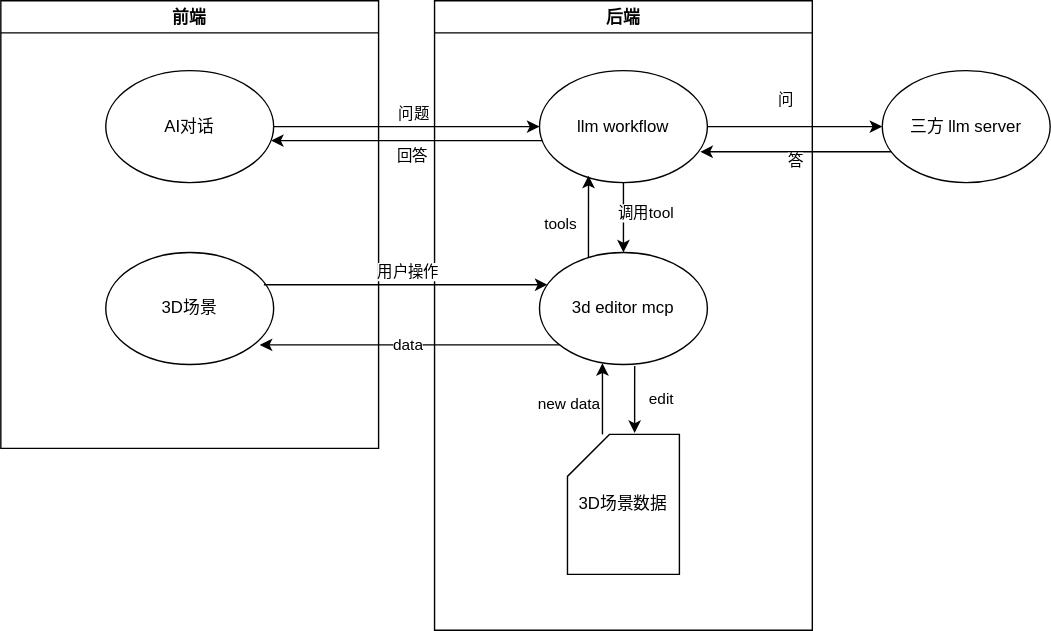
huangqiaobo/huangqiaobo.github.io keeps this draw.io diagram as blogs/assets/ai_design_editor.svg. Above is the earlier version. Source tidied: cells renumbered, new cells last; positions are measured from the earlier drawing's top-left corner, leaving out a move shared by most shapes. The source it was exported from:
```xml
<mxGraphModel>
  <root>
    <mxCell id="0" />
    <mxCell id="1" parent="0" />
    <mxCell id="2" value="前端" style="swimlane;startSize=23;" parent="1" vertex="1">
      <mxGeometry width="270" height="320" as="geometry" />
    </mxCell>
    <mxCell id="3" value="3D场景" style="ellipse;whiteSpace=wrap;html=1;" parent="2" vertex="1">
      <mxGeometry x="75" y="180" width="120" height="80" as="geometry" />
    </mxCell>
    <mxCell id="4" value="AI对话" style="ellipse;whiteSpace=wrap;html=1;" parent="2" vertex="1">
      <mxGeometry x="75" y="50" width="120" height="80" as="geometry" />
    </mxCell>
    <mxCell id="5" value="后端" style="swimlane;startSize=23;" parent="1" vertex="1">
      <mxGeometry x="310" width="270" height="450" as="geometry" />
    </mxCell>
    <mxCell id="6" style="edgeStyle=orthogonalEdgeStyle;rounded=0;jettySize=auto;html=1;entryX=0.5;entryY=0;entryDx=0;entryDy=0;" parent="5" edge="1" source="8" target="9">
      <mxGeometry relative="1" as="geometry" />
    </mxCell>
    <mxCell id="7" value="调用tool" style="edgeLabel;html=1;align=center;verticalAlign=middle;" parent="6" vertex="1">
      <mxGeometry x="-0.16" y="3" relative="1" as="geometry">
        <mxPoint x="12" as="offset" />
      </mxGeometry>
    </mxCell>
    <mxCell id="8" value="llm workflow" style="ellipse;whiteSpace=wrap;html=1;" parent="5" vertex="1">
      <mxGeometry x="75" y="50" width="120" height="80" as="geometry" />
    </mxCell>
    <mxCell id="9" value="3d editor mcp" style="ellipse;whiteSpace=wrap;html=1;" parent="5" vertex="1">
      <mxGeometry x="75" y="180" width="120" height="80" as="geometry" />
    </mxCell>
    <mxCell id="10" value="3D场景数据" style="shape=card;whiteSpace=wrap;html=1;" parent="5" vertex="1">
      <mxGeometry x="95" y="310" width="80" height="100" as="geometry" />
    </mxCell>
    <mxCell id="11" value="edit" style="edgeStyle=orthogonalEdgeStyle;rounded=0;jettySize=auto;html=1;exitX=0.567;exitY=1.013;exitDx=0;exitDy=0;exitPerimeter=0;" parent="5" edge="1" source="9">
      <mxGeometry x="0.03" y="-18" relative="1" as="geometry">
        <mxPoint x="143" y="309" as="targetPoint" />
        <mxPoint x="37" as="offset" />
      </mxGeometry>
    </mxCell>
    <mxCell id="12" style="edgeStyle=orthogonalEdgeStyle;rounded=0;jettySize=auto;html=1;entryX=0.375;entryY=0.988;entryDx=0;entryDy=0;entryPerimeter=0;" parent="5" edge="1" source="10" target="9">
      <mxGeometry relative="1" as="geometry">
        <Array as="points">
          <mxPoint x="120" y="300" />
          <mxPoint x="120" y="300" />
        </Array>
      </mxGeometry>
    </mxCell>
    <mxCell id="13" value="new data" style="edgeLabel;html=1;align=center;verticalAlign=middle;" parent="12" vertex="1">
      <mxGeometry x="-0.1" y="1" relative="1" as="geometry">
        <mxPoint x="-24" as="offset" />
      </mxGeometry>
    </mxCell>
    <mxCell id="14" value="tools" style="edgeStyle=orthogonalEdgeStyle;rounded=0;jettySize=auto;html=1;entryX=0.292;entryY=0.938;entryDx=0;entryDy=0;entryPerimeter=0;" parent="5" edge="1" source="9" target="8">
      <mxGeometry x="-0.19" y="20" relative="1" as="geometry">
        <Array as="points">
          <mxPoint x="110" y="170" />
          <mxPoint x="110" y="170" />
        </Array>
      </mxGeometry>
    </mxCell>
    <mxCell id="15" value="三方 llm server" style="ellipse;whiteSpace=wrap;html=1;" parent="1" vertex="1">
      <mxGeometry x="630" y="50" width="120" height="80" as="geometry" />
    </mxCell>
    <mxCell id="16" style="edgeStyle=orthogonalEdgeStyle;rounded=0;jettySize=auto;html=1;" parent="1" edge="1" source="4" target="8">
      <mxGeometry relative="1" as="geometry">
        <Array as="points">
          <mxPoint x="190" y="90" />
          <mxPoint x="190" y="90" />
        </Array>
      </mxGeometry>
    </mxCell>
    <mxCell id="17" value="问题" style="edgeLabel;html=1;align=center;verticalAlign=middle;" parent="16" vertex="1">
      <mxGeometry x="0.45" y="2" relative="1" as="geometry">
        <mxPoint x="-39" y="-8" as="offset" />
      </mxGeometry>
    </mxCell>
    <mxCell id="18" style="edgeStyle=orthogonalEdgeStyle;rounded=0;jettySize=auto;html=1;" parent="1" edge="1" source="8" target="4">
      <mxGeometry relative="1" as="geometry">
        <Array as="points">
          <mxPoint x="200" y="100" />
          <mxPoint x="200" y="100" />
        </Array>
      </mxGeometry>
    </mxCell>
    <mxCell id="19" value="回答" style="edgeLabel;html=1;align=center;verticalAlign=middle;" parent="18" vertex="1">
      <mxGeometry x="0.03" relative="1" as="geometry">
        <mxPoint x="7" y="10" as="offset" />
      </mxGeometry>
    </mxCell>
    <mxCell id="20" style="edgeStyle=orthogonalEdgeStyle;rounded=0;jettySize=auto;html=1;exitX=0.942;exitY=0.288;exitDx=0;exitDy=0;exitPerimeter=0;" parent="1" edge="1" source="3" target="9">
      <mxGeometry relative="1" as="geometry">
        <Array as="points">
          <mxPoint x="340" y="203" />
          <mxPoint x="340" y="203" />
        </Array>
      </mxGeometry>
    </mxCell>
    <mxCell id="21" value="用户操作" style="edgeLabel;html=1;align=center;verticalAlign=middle;" parent="20" vertex="1">
      <mxGeometry x="-0.13" y="3" relative="1" as="geometry">
        <mxPoint x="13" y="-7" as="offset" />
      </mxGeometry>
    </mxCell>
    <mxCell id="22" style="edgeStyle=orthogonalEdgeStyle;rounded=0;jettySize=auto;html=1;entryX=0.917;entryY=0.825;entryDx=0;entryDy=0;entryPerimeter=0;" parent="1" edge="1" source="9" target="3">
      <mxGeometry relative="1" as="geometry">
        <Array as="points">
          <mxPoint x="290" y="246" />
          <mxPoint x="290" y="246" />
        </Array>
      </mxGeometry>
    </mxCell>
    <mxCell id="23" value="data" style="edgeLabel;html=1;align=center;verticalAlign=middle;" parent="22" vertex="1">
      <mxGeometry x="0.02" y="-1" relative="1" as="geometry" />
    </mxCell>
    <mxCell id="24" style="edgeStyle=orthogonalEdgeStyle;rounded=0;jettySize=auto;html=1;entryX=0;entryY=0.5;entryDx=0;entryDy=0;" parent="1" edge="1" source="8" target="15">
      <mxGeometry relative="1" as="geometry" />
    </mxCell>
    <mxCell id="25" value="问" style="edgeLabel;html=1;align=center;verticalAlign=middle;" parent="24" vertex="1">
      <mxGeometry x="-0.2" y="2" relative="1" as="geometry">
        <mxPoint x="5" y="-18" as="offset" />
      </mxGeometry>
    </mxCell>
    <mxCell id="26" style="edgeStyle=orthogonalEdgeStyle;rounded=0;jettySize=auto;html=1;entryX=0.958;entryY=0.725;entryDx=0;entryDy=0;entryPerimeter=0;" parent="1" edge="1" source="15" target="8">
      <mxGeometry relative="1" as="geometry">
        <Array as="points">
          <mxPoint x="600" y="108" />
          <mxPoint x="600" y="108" />
        </Array>
      </mxGeometry>
    </mxCell>
    <mxCell id="27" value="答" style="edgeLabel;html=1;align=center;verticalAlign=middle;" parent="26" vertex="1">
      <mxGeometry x="0.02" y="6" relative="1" as="geometry" />
    </mxCell>
  </root>
</mxGraphModel>
```
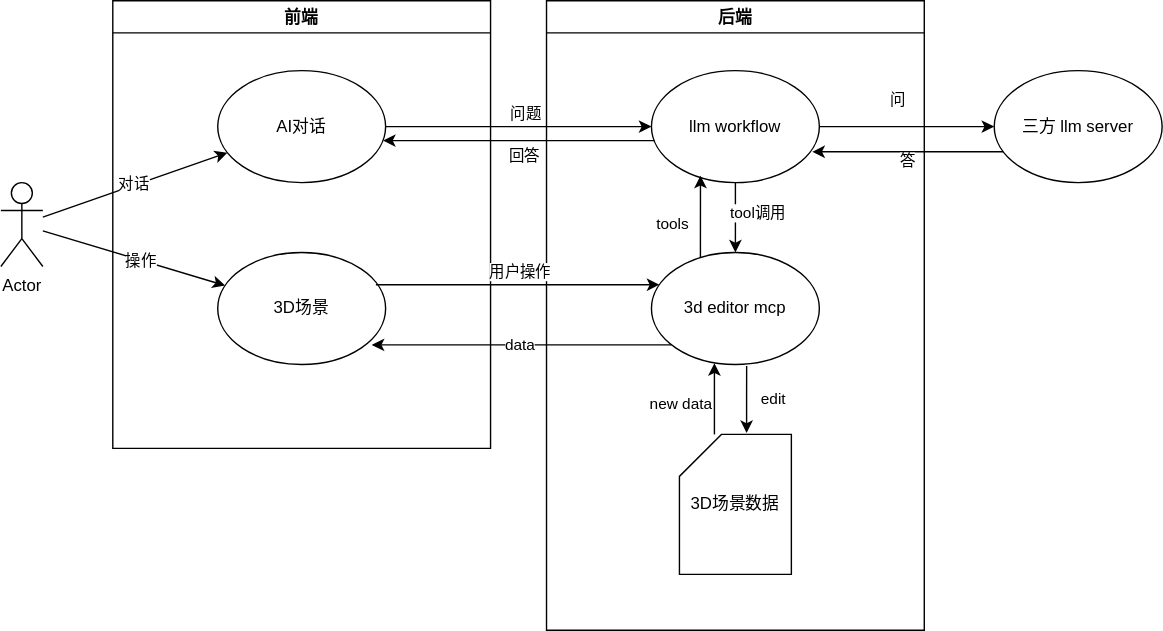
The same file after the commit.

What changed in the source:
```diff
@@ -17,7 +17,7 @@
     <mxCell id="6" style="edgeStyle=orthogonalEdgeStyle;rounded=0;jettySize=auto;html=1;entryX=0.5;entryY=0;entryDx=0;entryDy=0;" parent="5" edge="1" source="8" target="9">
       <mxGeometry relative="1" as="geometry" />
     </mxCell>
-    <mxCell id="7" value="调用tool" style="edgeLabel;html=1;align=center;verticalAlign=middle;" parent="6" vertex="1">
+    <mxCell id="7" value="tool调用" style="edgeLabel;html=1;align=center;verticalAlign=middle;" parent="6" vertex="1">
       <mxGeometry x="-0.16" y="3" relative="1" as="geometry">
         <mxPoint x="12" as="offset" />
       </mxGeometry>
@@ -130,5 +130,20 @@
     <mxCell id="27" value="答" style="edgeLabel;html=1;align=center;verticalAlign=middle;" parent="26" vertex="1">
       <mxGeometry x="0.02" y="6" relative="1" as="geometry" />
     </mxCell>
+    <mxCell id="28" style="rounded=0;jettySize=auto;html=1;" parent="1" edge="1" source="32" target="3">
+      <mxGeometry relative="1" as="geometry" />
+    </mxCell>
+    <mxCell id="29" value="操作" style="edgeLabel;html=1;align=center;verticalAlign=middle;" parent="28" vertex="1">
+      <mxGeometry x="0.07" relative="1" as="geometry" />
+    </mxCell>
+    <mxCell id="30" style="rounded=0;jettySize=auto;html=1;" parent="1" edge="1" source="32" target="4">
+      <mxGeometry relative="1" as="geometry" />
+    </mxCell>
+    <mxCell id="31" value="对话" style="edgeLabel;html=1;align=center;verticalAlign=middle;" parent="30" vertex="1">
+      <mxGeometry x="-0.02" y="2" relative="1" as="geometry" />
+    </mxCell>
+    <mxCell id="32" value="Actor" style="shape=umlActor;verticalLabelPosition=bottom;verticalAlign=top;html=1;outlineConnect=0;" parent="1" vertex="1">
+      <mxGeometry x="-80" y="130" width="30" height="60" as="geometry" />
+    </mxCell>
   </root>
 </mxGraphModel>
```
